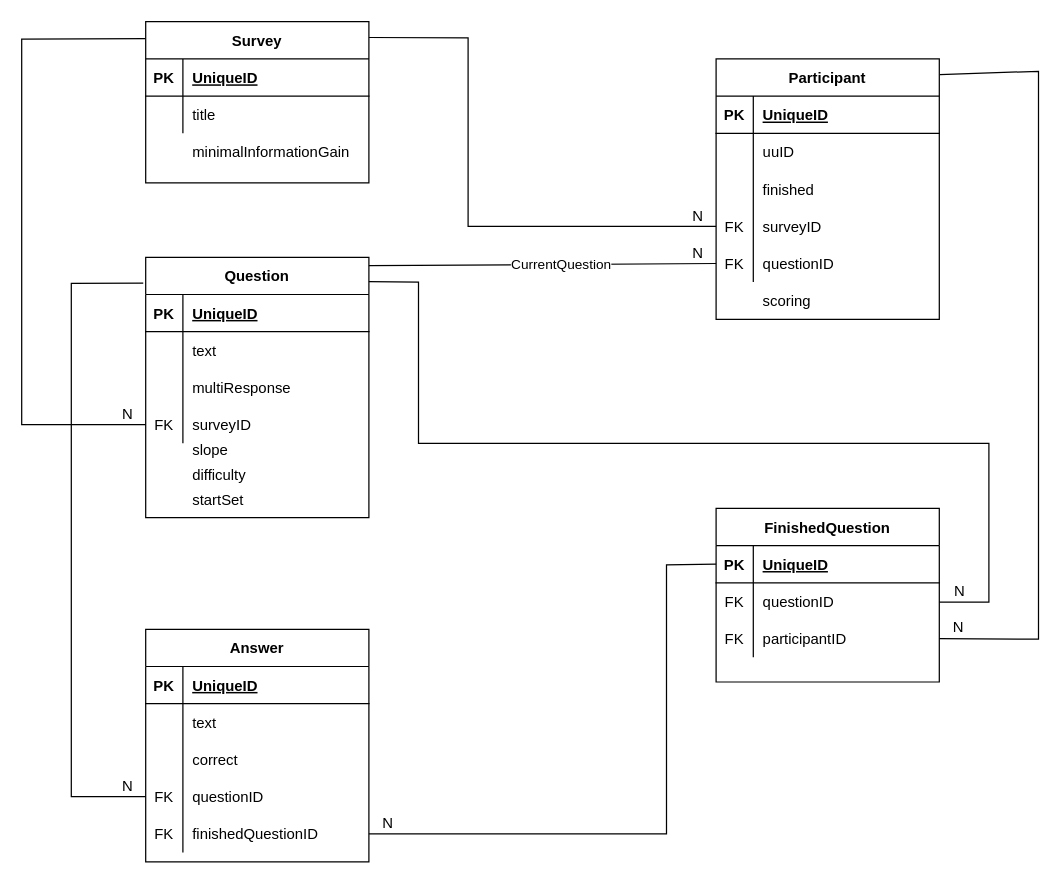
This is docs/database.drawio from SATOCA/SATOCA, a draw.io file, before an edit. Source tidied: cells renumbered, new cells numbered last; positions are measured from the earlier drawing's top-left corner, leaving out a move shared by most shapes. Both pictures are drawn from the tidied source at 124%, with x=0, y=0 at pixel (21, 21).
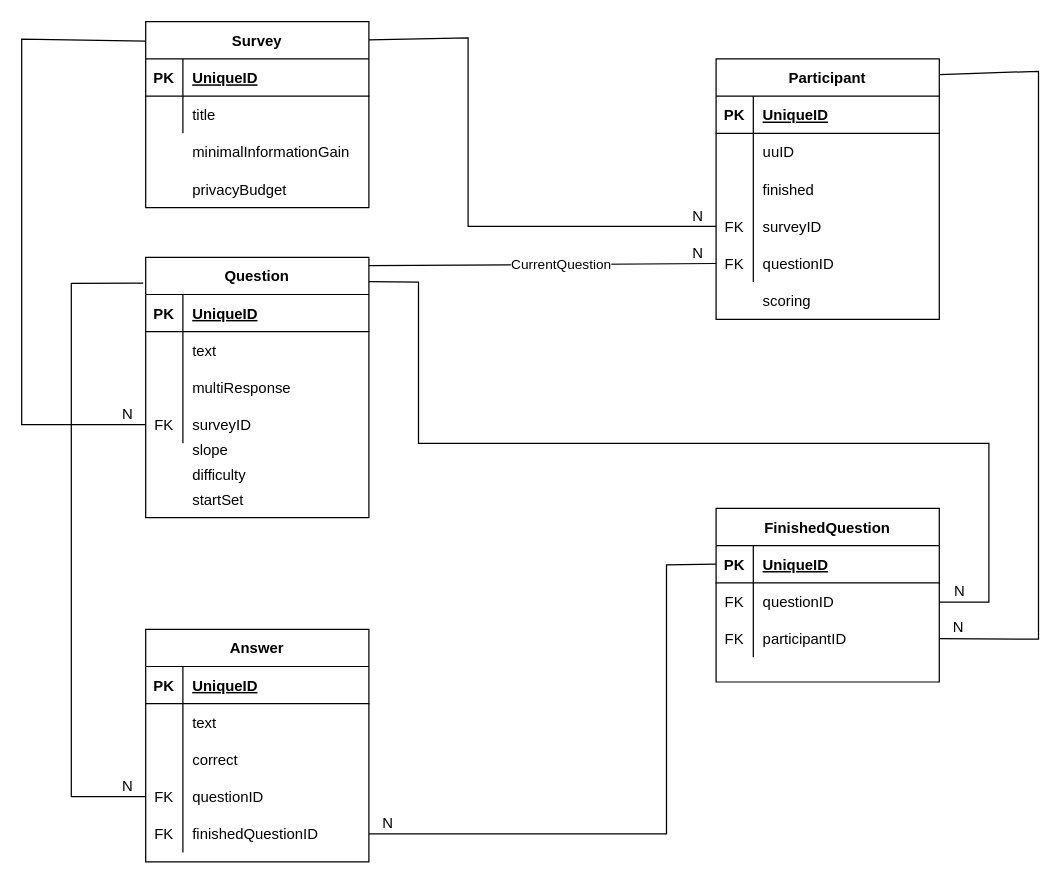
After the change.

What changed in the source:
```diff
@@
     <mxCell id="72" value="Survey" style="shape=table;startSize=30;childLayout=tableLayout;rowLines=0;fontStyle=1;align=center;" parent="1" vertex="1">
-      <mxGeometry x="100" width="180" height="130" as="geometry" />
+      <mxGeometry x="100" width="180" height="150" as="geometry" />
     </mxCell>
@@
+    <mxCell id="84" value="privacyBudget" style="shape=partialRectangle;fillColor=none;top=0;left=0;bottom=0;right=0;align=left;spacingLeft=6;overflow=hidden;" parent="1" vertex="1">
+      <mxGeometry x="130" y="120" width="150" height="30" as="geometry" />
+    </mxCell>
```
